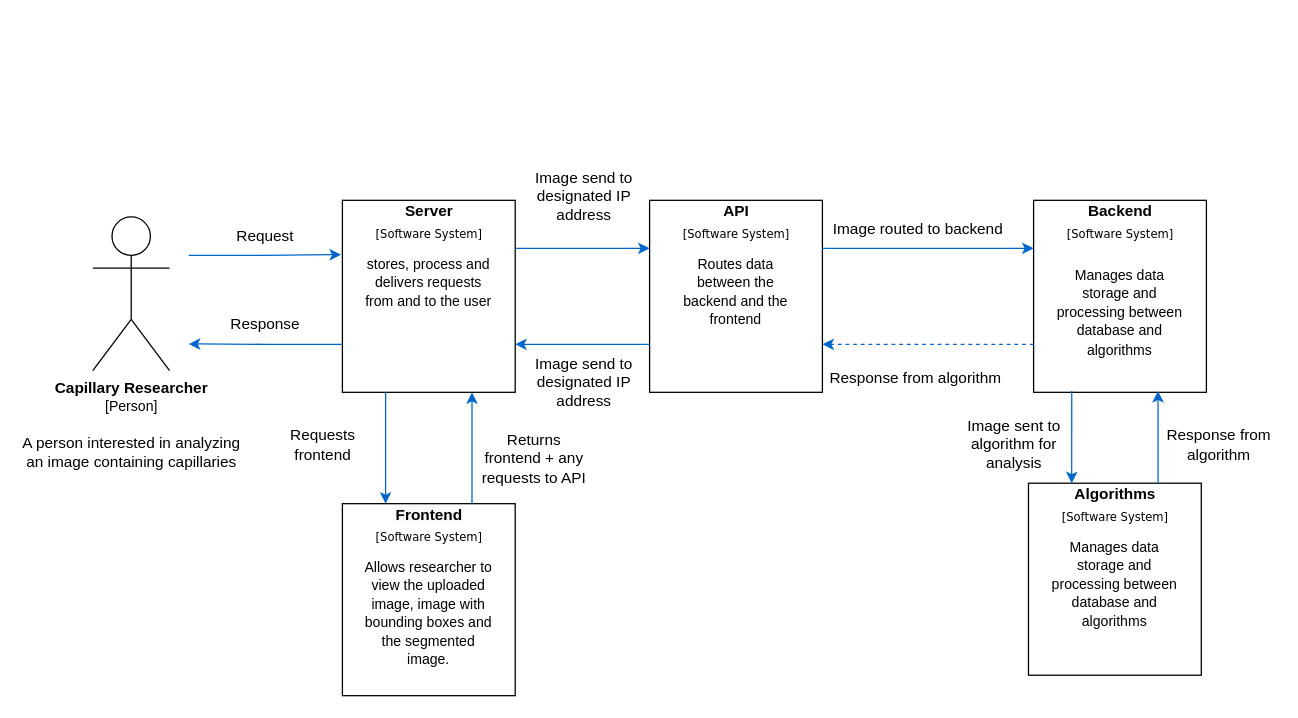
This is page "System Context" (1 of 6) of diagram/paper4.drawio from magedhelmy1/capillarydetection, a draw.io file, before an edit. Source tidied: cells renumbered, new cells numbered last; positions are measured from the earlier drawing's top-left corner, leaving out a move shared by most shapes. Both pictures are drawn from the tidied source at 128%, with x=0, y=0 at pixel (92, 157).
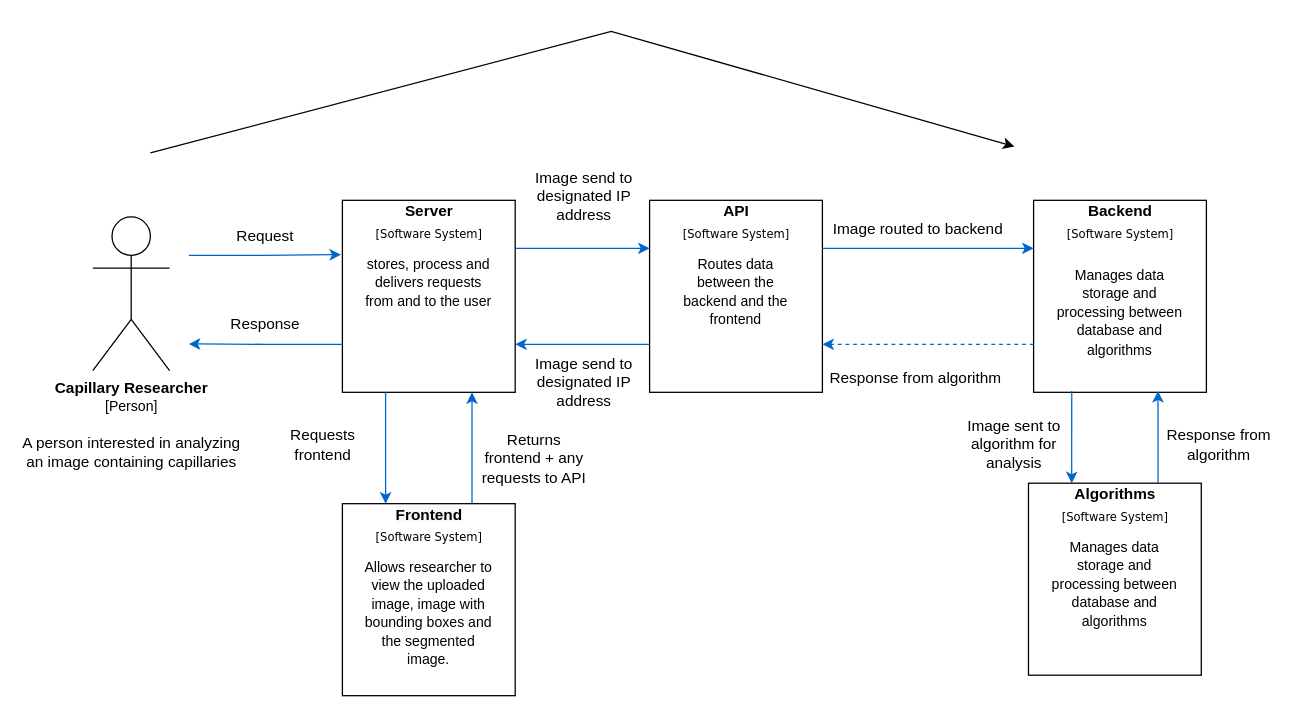
The same page after the edit.

What changed in the source:
```diff
@@
+    <mxCell id="49" style="endArrow=classic;html=1;rounded=0;" parent="1" edge="1">
+      <mxGeometry relative="1" as="geometry">
+        <mxPoint x="45" y="-4" as="sourcePoint" />
+        <mxPoint x="720" y="-9" as="targetPoint" />
+        <Array as="points">
+          <mxPoint x="405" y="-99" />
+        </Array>
+      </mxGeometry>
+    </mxCell>
```
